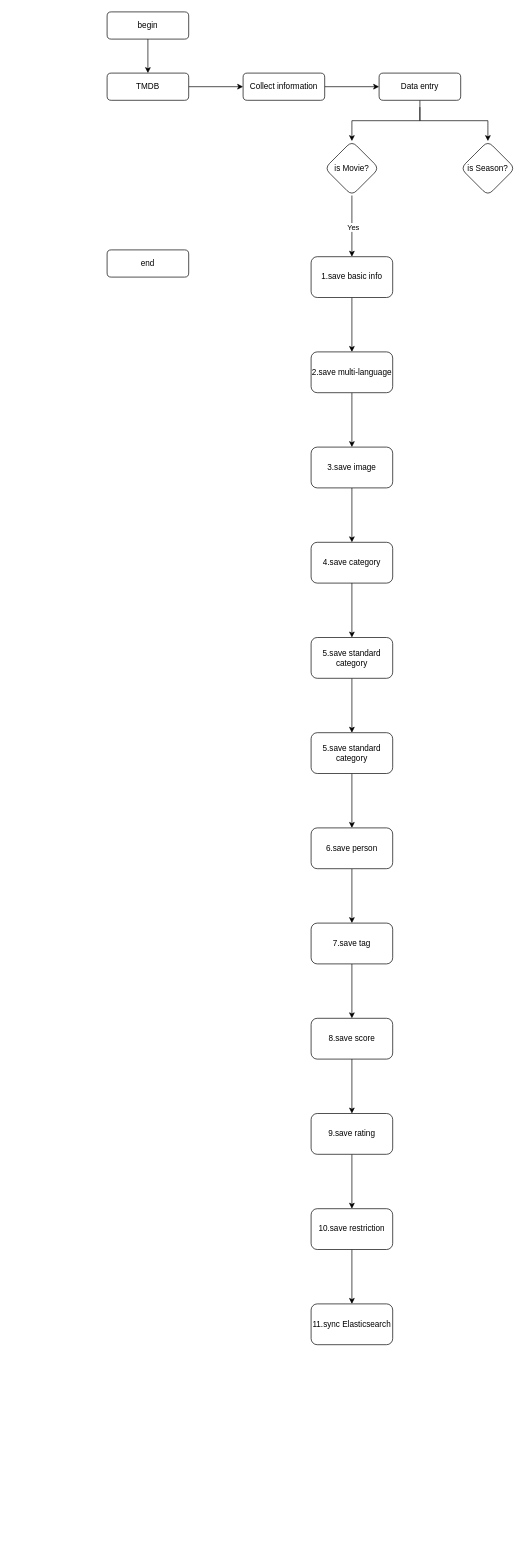
Above: update/ZMDB数据流向图.drawio in stevezhouht/baiduCDP (draw.io), before the change. Source tidied: cells renumbered, new cells numbered last; positions are measured from the earlier drawing's top-left corner, leaving out a move shared by most shapes. Both pictures are drawn from the tidied source at 68%, with x=0, y=0 at pixel (107, 12).
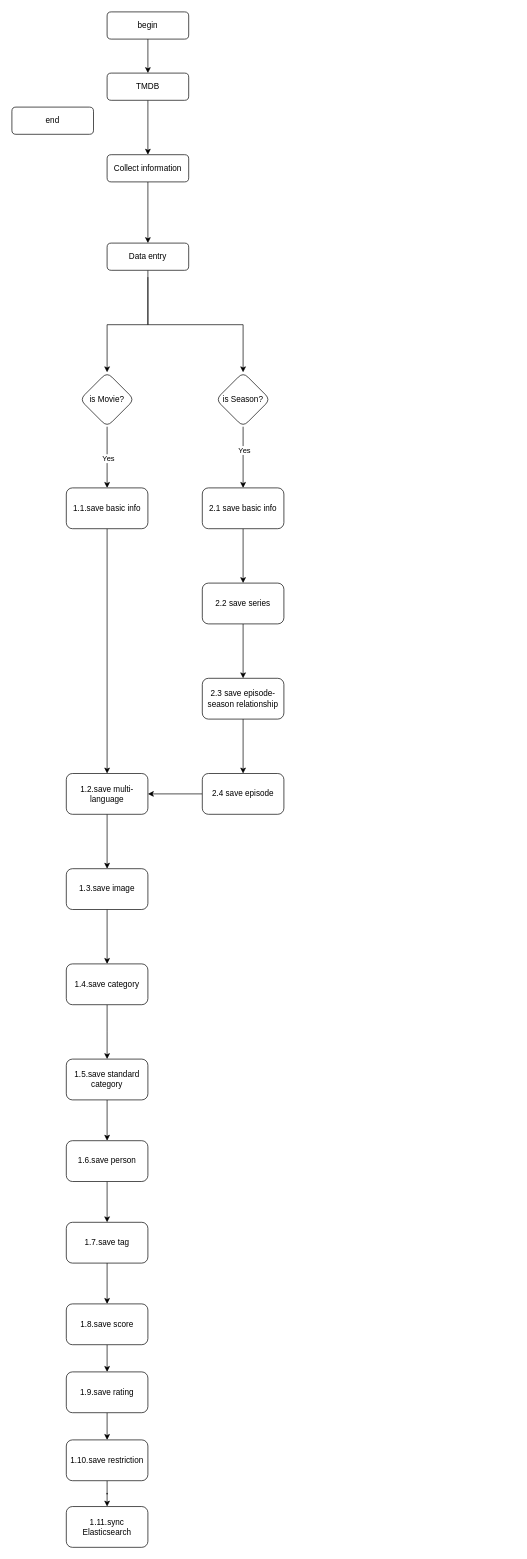
The same page after the edit.

Commit message (it also covers changes not shown here):
更新ZMDB数据流向图.drawio

Diff of the diagram source:
```diff
@@
     <mxCell id="4" value="end" style="rounded=1;whiteSpace=wrap;html=1;fontSize=12;glass=0;strokeWidth=1;shadow=0;" parent="1" vertex="1">
-      <mxGeometry y="350" width="120" height="40" as="geometry" />
+      <mxGeometry x="-140" y="140" width="120" height="40" as="geometry" />
     </mxCell>
@@
     <mxCell id="8" value="Collect information" style="rounded=1;whiteSpace=wrap;html=1;fontSize=12;glass=0;strokeWidth=1;shadow=0;" parent="1" vertex="1">
-      <mxGeometry x="200" y="90" width="120" height="40" as="geometry" />
+      <mxGeometry y="210" width="120" height="40" as="geometry" />
     </mxCell>
     <mxCell id="9" style="edgeStyle=orthogonalEdgeStyle;rounded=0;jettySize=auto;html=1;" parent="1" edge="1" source="10" target="13">
-      <mxGeometry relative="1" as="geometry" />
+      <mxGeometry relative="1" as="geometry">
+        <Array as="points">
+          <mxPoint x="60" y="460" />
+          <mxPoint y="460" />
+        </Array>
+      </mxGeometry>
     </mxCell>
     <mxCell id="10" value="Data entry" style="rounded=1;whiteSpace=wrap;html=1;fontSize=12;glass=0;strokeWidth=1;shadow=0;" parent="1" vertex="1">
-      <mxGeometry x="400" y="90" width="120" height="40" as="geometry" />
+      <mxGeometry y="340" width="120" height="40" as="geometry" />
     </mxCell>
@@
     <mxCell id="13" value="is Movie?" style="rhombus;whiteSpace=wrap;html=1;rounded=1;glass=0;strokeWidth=1;shadow=0;" parent="1" vertex="1">
-      <mxGeometry x="320" y="190" width="80" height="80" as="geometry" />
+      <mxGeometry x="-40" y="530" width="80" height="80" as="geometry" />
     </mxCell>
+    <mxCell id="39" style="edgeStyle=orthogonalEdgeStyle;rounded=0;jettySize=auto;html=1;" parent="1" edge="1" source="14" target="42">
+      <mxGeometry relative="1" as="geometry" />
+    </mxCell>
+    <mxCell id="40" value="Yes" style="edgeLabel;html=1;align=center;verticalAlign=middle;" parent="39" vertex="1">
+      <mxGeometry x="-0.24" y="1" relative="1" as="geometry" />
+    </mxCell>
     <mxCell id="14" value="is Season?" style="rhombus;whiteSpace=wrap;html=1;rounded=1;glass=0;strokeWidth=1;shadow=0;" parent="1" vertex="1">
-      <mxGeometry x="520" y="190" width="80" height="80" as="geometry" />
+      <mxGeometry x="160" y="530" width="80" height="80" as="geometry" />
     </mxCell>
-    <mxCell id="15" style="edgeStyle=orthogonalEdgeStyle;rounded=0;jettySize=auto;html=1;entryX=0.5;entryY=0;entryDx=0;entryDy=0;" parent="1" edge="1" target="14">
+    <mxCell id="15" style="edgeStyle=orthogonalEdgeStyle;rounded=0;orthogonalLoop=1;jettySize=auto;html=1;entryX=0.5;entryY=0;entryDx=0;entryDy=0;" parent="1" edge="1">
       <mxGeometry relative="1" as="geometry">
-        <mxPoint x="460" y="140" as="sourcePoint" />
+        <mxPoint x="60" y="390" as="sourcePoint" />
+        <mxPoint x="200" y="530" as="targetPoint" />
         <Array as="points">
-          <mxPoint x="460" y="160" />
-          <mxPoint x="560" y="160" />
+          <mxPoint x="60" y="460" />
+          <mxPoint x="200" y="460" />
         </Array>
       </mxGeometry>
     </mxCell>
@@
-    <mxCell id="17" value="1.save basic info" style="whiteSpace=wrap;html=1;rounded=1;glass=0;strokeWidth=1;shadow=0;" parent="1" vertex="1">
-      <mxGeometry x="300" y="360" width="120" height="60" as="geometry" />
+    <mxCell id="17" value="1.1.save basic info" style="whiteSpace=wrap;html=1;rounded=1;glass=0;strokeWidth=1;shadow=0;" parent="1" vertex="1">
+      <mxGeometry x="-60" y="700" width="120" height="60" as="geometry" />
     </mxCell>
@@
-    <mxCell id="19" value="2.save multi-language" style="whiteSpace=wrap;html=1;rounded=1;glass=0;strokeWidth=1;shadow=0;" parent="1" vertex="1">
-      <mxGeometry x="300" y="500" width="120" height="60" as="geometry" />
+    <mxCell id="19" value="1.2.save multi-language" style="whiteSpace=wrap;html=1;rounded=1;glass=0;strokeWidth=1;shadow=0;" parent="1" vertex="1">
+      <mxGeometry x="-60" y="1120" width="120" height="60" as="geometry" />
     </mxCell>
@@
-    <mxCell id="21" value="3.save image" style="whiteSpace=wrap;html=1;rounded=1;glass=0;strokeWidth=1;shadow=0;" parent="1" vertex="1">
-      <mxGeometry x="300" y="640" width="120" height="60" as="geometry" />
+    <mxCell id="21" value="1.3.save image" style="whiteSpace=wrap;html=1;rounded=1;glass=0;strokeWidth=1;shadow=0;" parent="1" vertex="1">
+      <mxGeometry x="-60" y="1260" width="120" height="60" as="geometry" />
     </mxCell>
-    <mxCell id="22" style="edgeStyle=orthogonalEdgeStyle;rounded=0;jettySize=auto;html=1;" parent="1" edge="1" source="23" target="25">
-      <mxGeometry relative="1" as="geometry" />
+    <mxCell id="22" style="edgeStyle=orthogonalEdgeStyle;rounded=0;jettySize=auto;html=1;" parent="1" edge="1" source="23">
+      <mxGeometry relative="1" as="geometry">
+        <mxPoint y="1540" as="targetPoint" />
+      </mxGeometry>
     </mxCell>
-    <mxCell id="23" value="4.save category" style="whiteSpace=wrap;html=1;rounded=1;glass=0;strokeWidth=1;shadow=0;" parent="1" vertex="1">
-      <mxGeometry x="300" y="780" width="120" height="60" as="geometry" />
+    <mxCell id="23" value="1.4.save category" style="whiteSpace=wrap;html=1;rounded=1;glass=0;strokeWidth=1;shadow=0;" parent="1" vertex="1">
+      <mxGeometry x="-60" y="1400" width="120" height="60" as="geometry" />
     </mxCell>
-    <mxCell id="24" style="edgeStyle=orthogonalEdgeStyle;rounded=0;jettySize=auto;html=1;" parent="1" edge="1" source="25" target="27">
-      <mxGeometry relative="1" as="geometry" />
-    </mxCell>
-    <mxCell id="25" value="5.save standard category" style="whiteSpace=wrap;html=1;rounded=1;glass=0;strokeWidth=1;shadow=0;" parent="1" vertex="1">
-      <mxGeometry x="300" y="920" width="120" height="60" as="geometry" />
-    </mxCell>
@@
-    <mxCell id="27" value="5.save standard category" style="whiteSpace=wrap;html=1;rounded=1;glass=0;strokeWidth=1;shadow=0;" parent="1" vertex="1">
-      <mxGeometry x="300" y="1060" width="120" height="60" as="geometry" />
+    <mxCell id="27" value="1.5.save standard category" style="whiteSpace=wrap;html=1;rounded=1;glass=0;strokeWidth=1;shadow=0;" parent="1" vertex="1">
+      <mxGeometry x="-60" y="1540" width="120" height="60" as="geometry" />
     </mxCell>
@@
-    <mxCell id="29" value="6.save person" style="whiteSpace=wrap;html=1;rounded=1;glass=0;strokeWidth=1;shadow=0;" parent="1" vertex="1">
-      <mxGeometry x="300" y="1200" width="120" height="60" as="geometry" />
+    <mxCell id="29" value="1.6.save person" style="whiteSpace=wrap;html=1;rounded=1;glass=0;strokeWidth=1;shadow=0;" parent="1" vertex="1">
+      <mxGeometry x="-60" y="1660" width="120" height="60" as="geometry" />
     </mxCell>
@@
-    <mxCell id="31" value="7.save tag" style="whiteSpace=wrap;html=1;rounded=1;glass=0;strokeWidth=1;shadow=0;" parent="1" vertex="1">
-      <mxGeometry x="300" y="1340" width="120" height="60" as="geometry" />
+    <mxCell id="31" value="1.7.save tag" style="whiteSpace=wrap;html=1;rounded=1;glass=0;strokeWidth=1;shadow=0;" parent="1" vertex="1">
+      <mxGeometry x="-60" y="1780" width="120" height="60" as="geometry" />
     </mxCell>
@@
-    <mxCell id="33" value="8.save score" style="whiteSpace=wrap;html=1;rounded=1;glass=0;strokeWidth=1;shadow=0;" parent="1" vertex="1">
-      <mxGeometry x="300" y="1480" width="120" height="60" as="geometry" />
+    <mxCell id="33" value="1.8.save score" style="whiteSpace=wrap;html=1;rounded=1;glass=0;strokeWidth=1;shadow=0;" parent="1" vertex="1">
+      <mxGeometry x="-60" y="1900" width="120" height="60" as="geometry" />
     </mxCell>
@@
-    <mxCell id="35" value="9.save rating" style="whiteSpace=wrap;html=1;rounded=1;glass=0;strokeWidth=1;shadow=0;" parent="1" vertex="1">
-      <mxGeometry x="300" y="1620" width="120" height="60" as="geometry" />
+    <mxCell id="35" value="1.9.save rating" style="whiteSpace=wrap;html=1;rounded=1;glass=0;strokeWidth=1;shadow=0;" parent="1" vertex="1">
+      <mxGeometry x="-60" y="2000" width="120" height="60" as="geometry" />
     </mxCell>
@@
-    <mxCell id="37" value="10.save restriction" style="whiteSpace=wrap;html=1;rounded=1;glass=0;strokeWidth=1;shadow=0;" parent="1" vertex="1">
-      <mxGeometry x="300" y="1760" width="120" height="60" as="geometry" />
+    <mxCell id="37" value="1.10.save restriction" style="whiteSpace=wrap;html=1;rounded=1;glass=0;strokeWidth=1;shadow=0;" parent="1" vertex="1">
+      <mxGeometry x="-60" y="2100" width="120" height="60" as="geometry" />
     </mxCell>
-    <mxCell id="38" value="11.sync Elasticsearch" style="whiteSpace=wrap;html=1;rounded=1;glass=0;strokeWidth=1;shadow=0;" parent="1" vertex="1">
-      <mxGeometry x="300" y="1900" width="120" height="60" as="geometry" />
+    <mxCell id="38" value="1.11.sync Elasticsearch" style="whiteSpace=wrap;html=1;rounded=1;glass=0;strokeWidth=1;shadow=0;" parent="1" vertex="1">
+      <mxGeometry x="-60" y="2198" width="120" height="60" as="geometry" />
     </mxCell>
+    <mxCell id="41" style="edgeStyle=orthogonalEdgeStyle;rounded=0;jettySize=auto;html=1;" parent="1" edge="1" source="42" target="44">
+      <mxGeometry relative="1" as="geometry" />
+    </mxCell>
+    <mxCell id="42" value="2.1 save basic info" style="whiteSpace=wrap;html=1;rounded=1;glass=0;strokeWidth=1;shadow=0;" parent="1" vertex="1">
+      <mxGeometry x="140" y="700" width="120" height="60" as="geometry" />
+    </mxCell>
+    <mxCell id="43" style="edgeStyle=orthogonalEdgeStyle;rounded=0;jettySize=auto;html=1;" parent="1" edge="1" source="44" target="46">
+      <mxGeometry relative="1" as="geometry" />
+    </mxCell>
+    <mxCell id="44" value="2.2 save series" style="whiteSpace=wrap;html=1;rounded=1;glass=0;strokeWidth=1;shadow=0;" parent="1" vertex="1">
+      <mxGeometry x="140" y="840" width="120" height="60" as="geometry" />
+    </mxCell>
+    <mxCell id="45" style="edgeStyle=orthogonalEdgeStyle;rounded=0;jettySize=auto;html=1;" parent="1" edge="1" source="46" target="48">
+      <mxGeometry relative="1" as="geometry" />
+    </mxCell>
+    <mxCell id="46" value="2.3 save&amp;nbsp;episode-season relationship" style="whiteSpace=wrap;html=1;rounded=1;glass=0;strokeWidth=1;shadow=0;" parent="1" vertex="1">
+      <mxGeometry x="140" y="980" width="120" height="60" as="geometry" />
+    </mxCell>
+    <mxCell id="47" style="edgeStyle=orthogonalEdgeStyle;rounded=0;jettySize=auto;html=1;" parent="1" edge="1" source="48" target="19">
+      <mxGeometry relative="1" as="geometry" />
+    </mxCell>
+    <mxCell id="48" value="2.4 save episode" style="whiteSpace=wrap;html=1;rounded=1;glass=0;strokeWidth=1;shadow=0;" parent="1" vertex="1">
+      <mxGeometry x="140" y="1120" width="120" height="60" as="geometry" />
+    </mxCell>
```
